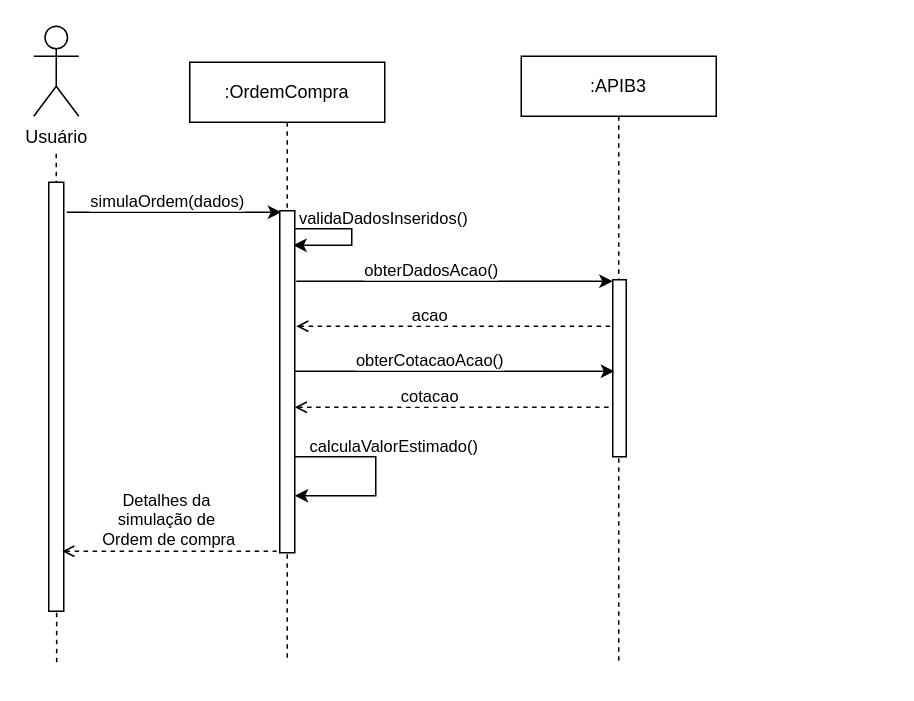
gb-cs-rt/home_broker keeps this draw.io diagram as diagrama_sequencia/Diagrama_Sequencia_UC07.drawio. Above is the earlier version. Source tidied: cells renumbered, new cells numbered last; positions are measured from the earlier drawing's top-left corner, leaving out a move shared by most shapes. Both pictures are drawn from the tidied source at 150%, with x=0, y=0 at pixel (33, 26).
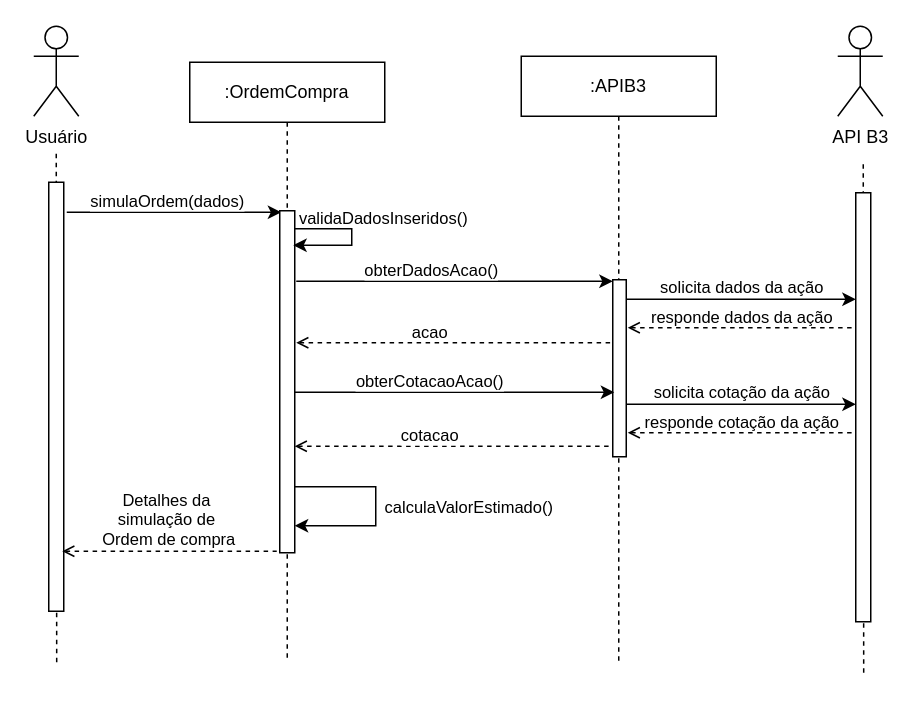
The same page after the edit.

Diff of the diagram source:
```diff
@@
     <mxCell id="15" style="edgeStyle=none;orthogonalLoop=1;jettySize=auto;html=1;rounded=0;entryX=0;entryY=0.64;entryDx=0;entryDy=0;entryPerimeter=0;" parent="1" edge="1">
       <mxGeometry relative="1" as="geometry">
-        <mxPoint x="174" y="230" as="sourcePoint" />
-        <mxPoint x="387" y="230" as="targetPoint" />
+        <mxPoint x="174" y="244" as="sourcePoint" />
+        <mxPoint x="387" y="244" as="targetPoint" />
       </mxGeometry>
     </mxCell>
@@
     <mxCell id="17" style="edgeStyle=none;orthogonalLoop=1;jettySize=auto;html=1;rounded=0;startArrow=open;startFill=0;endArrow=none;endFill=0;dashed=1;" parent="1" edge="1">
       <mxGeometry relative="1" as="geometry">
-        <mxPoint x="175" y="200" as="sourcePoint" />
-        <mxPoint x="385" y="200" as="targetPoint" />
+        <mxPoint x="175" y="211" as="sourcePoint" />
+        <mxPoint x="385" y="211" as="targetPoint" />
       </mxGeometry>
     </mxCell>
@@
     <mxCell id="19" style="edgeStyle=none;orthogonalLoop=1;jettySize=auto;html=1;rounded=0;startArrow=open;startFill=0;endArrow=none;endFill=0;dashed=1;" parent="1" edge="1">
       <mxGeometry relative="1" as="geometry">
-        <mxPoint x="174" y="254" as="sourcePoint" />
-        <mxPoint x="386" y="254" as="targetPoint" />
+        <mxPoint x="174" y="280" as="sourcePoint" />
+        <mxPoint x="386" y="280" as="targetPoint" />
       </mxGeometry>
     </mxCell>
@@
     <mxCell id="21" style="endArrow=classic;html=1;rounded=0;" parent="1" edge="1">
       <mxGeometry relative="1" as="geometry">
-        <mxPoint x="174" y="287" as="sourcePoint" />
-        <mxPoint x="174" y="313" as="targetPoint" />
+        <mxPoint x="174" y="307" as="sourcePoint" />
+        <mxPoint x="174" y="333" as="targetPoint" />
         <Array as="points">
-          <mxPoint x="228" y="287" />
-          <mxPoint x="228" y="313" />
-          <mxPoint x="200" y="313" />
+          <mxPoint x="228" y="307" />
+          <mxPoint x="228" y="333" />
+          <mxPoint x="200" y="333" />
         </Array>
       </mxGeometry>
     </mxCell>
     <mxCell id="22" value="calculaValorEstimado()" style="edgeLabel;html=1;align=center;verticalAlign=middle;" parent="21" vertex="1">
       <mxGeometry x="-0.09" relative="1" as="geometry">
-        <mxPoint x="11" y="-15" as="offset" />
+        <mxPoint x="61" y="6" as="offset" />
       </mxGeometry>
     </mxCell>
@@
+    <mxCell id="25" style="endArrow=none;dashed=1;html=1;rounded=0;" parent="1" edge="1">
+      <mxGeometry relative="1" as="geometry">
+        <mxPoint x="553.3" y="431" as="sourcePoint" />
+        <mxPoint x="553" y="92" as="targetPoint" />
+      </mxGeometry>
+    </mxCell>
+    <mxCell id="26" style="html=1;perimeter=orthogonalPerimeter;targetShapes=umlLifeline;newEdgeStyle={&quot;curved&quot;:0,&quot;rounded&quot;:0};" parent="1" vertex="1">
+      <mxGeometry x="548" y="111" width="10" height="286" as="geometry" />
+    </mxCell>
+    <mxCell id="27" value="API B3" style="shape=umlActor;verticalLabelPosition=bottom;verticalAlign=top;html=1;" parent="1" vertex="1">
+      <mxGeometry x="536" width="30" height="60" as="geometry" />
+    </mxCell>
+    <mxCell id="28" style="edgeStyle=none;orthogonalLoop=1;jettySize=auto;html=1;rounded=0;" parent="1" edge="1">
+      <mxGeometry relative="1" as="geometry">
+        <mxPoint x="395" y="182" as="sourcePoint" />
+        <mxPoint x="548" y="182" as="targetPoint" />
+      </mxGeometry>
+    </mxCell>
+    <mxCell id="29" value="solicita dados da ação" style="edgeLabel;html=1;align=center;verticalAlign=middle;" parent="28" vertex="1">
+      <mxGeometry x="-0.16" relative="1" as="geometry">
+        <mxPoint x="12" y="-9" as="offset" />
+      </mxGeometry>
+    </mxCell>
+    <mxCell id="30" style="edgeStyle=none;orthogonalLoop=1;jettySize=auto;html=1;rounded=0;endArrow=none;endFill=0;startArrow=open;startFill=0;dashed=1;" parent="1" edge="1">
+      <mxGeometry relative="1" as="geometry">
+        <mxPoint x="396" y="201" as="sourcePoint" />
+        <mxPoint x="546" y="201" as="targetPoint" />
+      </mxGeometry>
+    </mxCell>
+    <mxCell id="31" value="responde dados da ação" style="edgeLabel;html=1;align=center;verticalAlign=middle;" parent="30" vertex="1">
+      <mxGeometry x="-0.16" relative="1" as="geometry">
+        <mxPoint x="12" y="-8" as="offset" />
+      </mxGeometry>
+    </mxCell>
+    <mxCell id="32" style="edgeStyle=none;orthogonalLoop=1;jettySize=auto;html=1;rounded=0;" parent="1" edge="1">
+      <mxGeometry relative="1" as="geometry">
+        <mxPoint x="395" y="252" as="sourcePoint" />
+        <mxPoint x="548" y="252" as="targetPoint" />
+      </mxGeometry>
+    </mxCell>
+    <mxCell id="33" value="solicita cotação da ação" style="edgeLabel;html=1;align=center;verticalAlign=middle;" parent="32" vertex="1">
+      <mxGeometry x="-0.16" relative="1" as="geometry">
+        <mxPoint x="12" y="-9" as="offset" />
+      </mxGeometry>
+    </mxCell>
+    <mxCell id="34" style="edgeStyle=none;orthogonalLoop=1;jettySize=auto;html=1;rounded=0;endArrow=none;endFill=0;startArrow=open;startFill=0;dashed=1;" parent="1" edge="1">
+      <mxGeometry relative="1" as="geometry">
+        <mxPoint x="396" y="271" as="sourcePoint" />
+        <mxPoint x="546" y="271" as="targetPoint" />
+      </mxGeometry>
+    </mxCell>
+    <mxCell id="35" value="responde cotação da ação" style="edgeLabel;html=1;align=center;verticalAlign=middle;" parent="34" vertex="1">
+      <mxGeometry x="-0.16" relative="1" as="geometry">
+        <mxPoint x="12" y="-8" as="offset" />
+      </mxGeometry>
+    </mxCell>
```
